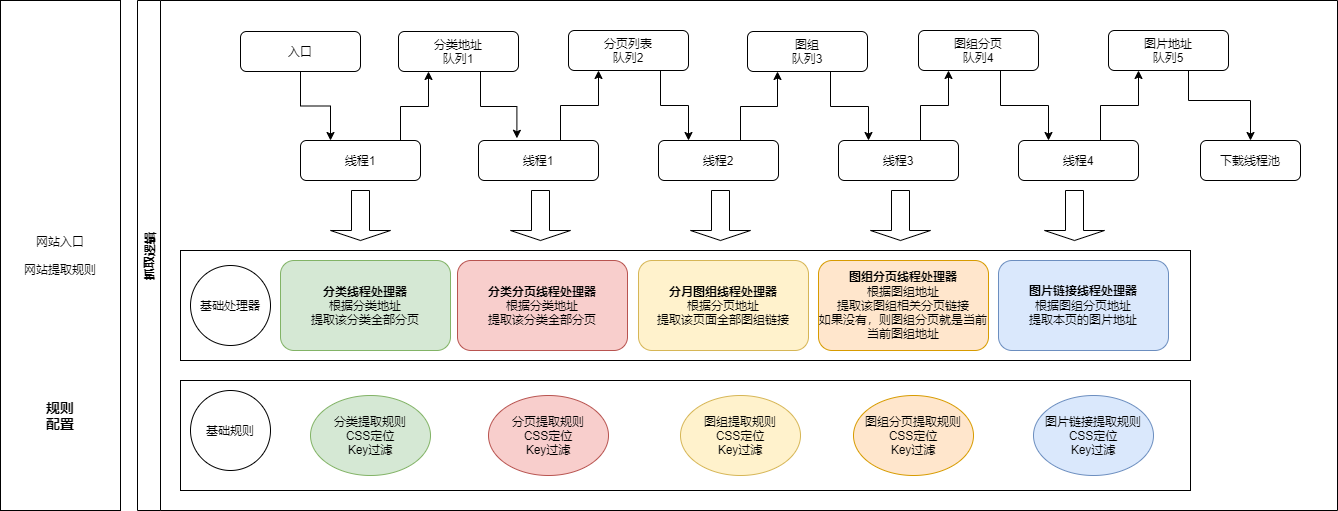
small-rose/springboot-demo keeps this draw.io diagram as spring-boot-spider/docs/sprider.png. Above is the earlier version. Source tidied: cells renumbered, new cells last; positions are measured from the earlier drawing's top-left corner, leaving out a move shared by most shapes. The source it was exported from:
```xml
<mxGraphModel>
  <root>
    <mxCell id="0" />
    <mxCell id="1" parent="0" />
    <mxCell id="2" value="网站入口&lt;br&gt;&lt;br&gt;网站提取规则" style="rounded=0;whiteSpace=wrap;html=1;" parent="1" vertex="1">
      <mxGeometry width="120" height="510" as="geometry" />
    </mxCell>
    <mxCell id="3" style="rounded=0;whiteSpace=wrap;html=1;align=left;" parent="1" vertex="1">
      <mxGeometry x="180" y="250" width="1010" height="110" as="geometry" />
    </mxCell>
    <mxCell id="4" style="edgeStyle=orthogonalEdgeStyle;rounded=0;jettySize=auto;html=1;entryX=0.32;entryY=-0.055;entryDx=0;entryDy=0;entryPerimeter=0;" parent="1" edge="1" source="5" target="9">
      <mxGeometry relative="1" as="geometry">
        <Array as="points">
          <mxPoint x="480" y="106" />
          <mxPoint x="516" y="106" />
        </Array>
      </mxGeometry>
    </mxCell>
    <mxCell id="5" value="分类地址&lt;br&gt;队列1" style="rounded=1;whiteSpace=wrap;html=1;fontSize=12;glass=0;strokeWidth=1;shadow=0;" parent="1" vertex="1">
      <mxGeometry x="398" y="31" width="120" height="40" as="geometry" />
    </mxCell>
    <mxCell id="6" style="edgeStyle=orthogonalEdgeStyle;rounded=0;jettySize=auto;html=1;entryX=0.25;entryY=0;entryDx=0;entryDy=0;" parent="1" edge="1" source="7" target="11">
      <mxGeometry relative="1" as="geometry">
        <Array as="points">
          <mxPoint x="660" y="105" />
          <mxPoint x="688" y="105" />
        </Array>
      </mxGeometry>
    </mxCell>
    <mxCell id="7" value="分页列表&lt;br&gt;队列2" style="rounded=1;whiteSpace=wrap;html=1;fontSize=12;glass=0;strokeWidth=1;shadow=0;" parent="1" vertex="1">
      <mxGeometry x="568" y="30" width="120" height="40" as="geometry" />
    </mxCell>
    <mxCell id="8" style="edgeStyle=orthogonalEdgeStyle;rounded=0;jettySize=auto;html=1;entryX=0.25;entryY=1;entryDx=0;entryDy=0;" parent="1" edge="1" source="9" target="7">
      <mxGeometry relative="1" as="geometry">
        <Array as="points">
          <mxPoint x="560" y="105" />
          <mxPoint x="598" y="105" />
        </Array>
      </mxGeometry>
    </mxCell>
    <mxCell id="9" value="线程1" style="rounded=1;whiteSpace=wrap;html=1;fontSize=12;glass=0;strokeWidth=1;shadow=0;" parent="1" vertex="1">
      <mxGeometry x="478" y="140" width="120" height="40" as="geometry" />
    </mxCell>
    <mxCell id="10" style="edgeStyle=orthogonalEdgeStyle;rounded=0;jettySize=auto;html=1;entryX=0.25;entryY=1;entryDx=0;entryDy=0;" parent="1" edge="1" source="11" target="13">
      <mxGeometry relative="1" as="geometry">
        <Array as="points">
          <mxPoint x="740" y="106" />
          <mxPoint x="777" y="106" />
        </Array>
      </mxGeometry>
    </mxCell>
    <mxCell id="11" value="线程2" style="rounded=1;whiteSpace=wrap;html=1;fontSize=12;glass=0;strokeWidth=1;shadow=0;" parent="1" vertex="1">
      <mxGeometry x="658" y="140" width="120" height="40" as="geometry" />
    </mxCell>
    <mxCell id="12" style="edgeStyle=orthogonalEdgeStyle;rounded=0;jettySize=auto;html=1;entryX=0.25;entryY=0;entryDx=0;entryDy=0;" parent="1" edge="1" source="13" target="17">
      <mxGeometry relative="1" as="geometry">
        <Array as="points">
          <mxPoint x="830" y="106" />
          <mxPoint x="868" y="106" />
        </Array>
      </mxGeometry>
    </mxCell>
    <mxCell id="13" value="图组&lt;br&gt;队列3" style="rounded=1;whiteSpace=wrap;html=1;fontSize=12;glass=0;strokeWidth=1;shadow=0;" parent="1" vertex="1">
      <mxGeometry x="747" y="31" width="120" height="40" as="geometry" />
    </mxCell>
    <mxCell id="14" style="edgeStyle=orthogonalEdgeStyle;rounded=0;jettySize=auto;html=1;entryX=0.25;entryY=0;entryDx=0;entryDy=0;" parent="1" edge="1" source="15" target="21">
      <mxGeometry relative="1" as="geometry">
        <Array as="points">
          <mxPoint x="1000" y="105" />
          <mxPoint x="1048" y="105" />
        </Array>
      </mxGeometry>
    </mxCell>
    <mxCell id="15" value="图组分页&lt;br&gt;队列4" style="rounded=1;whiteSpace=wrap;html=1;fontSize=12;glass=0;strokeWidth=1;shadow=0;" parent="1" vertex="1">
      <mxGeometry x="918" y="30" width="120" height="40" as="geometry" />
    </mxCell>
    <mxCell id="16" style="edgeStyle=orthogonalEdgeStyle;rounded=0;jettySize=auto;html=1;entryX=0.25;entryY=1;entryDx=0;entryDy=0;" parent="1" edge="1" source="17" target="15">
      <mxGeometry relative="1" as="geometry">
        <Array as="points">
          <mxPoint x="920" y="105" />
          <mxPoint x="948" y="105" />
        </Array>
      </mxGeometry>
    </mxCell>
    <mxCell id="17" value="线程3" style="rounded=1;whiteSpace=wrap;html=1;fontSize=12;glass=0;strokeWidth=1;shadow=0;" parent="1" vertex="1">
      <mxGeometry x="838" y="140" width="120" height="40" as="geometry" />
    </mxCell>
    <mxCell id="18" style="edgeStyle=orthogonalEdgeStyle;rounded=0;jettySize=auto;html=1;entryX=0.5;entryY=0;entryDx=0;entryDy=0;" parent="1" edge="1" source="19" target="22">
      <mxGeometry relative="1" as="geometry">
        <Array as="points">
          <mxPoint x="1188" y="100" />
          <mxPoint x="1250" y="100" />
        </Array>
      </mxGeometry>
    </mxCell>
    <mxCell id="19" value="图片地址&lt;br&gt;队列5" style="rounded=1;whiteSpace=wrap;html=1;fontSize=12;glass=0;strokeWidth=1;shadow=0;" parent="1" vertex="1">
      <mxGeometry x="1108" y="30" width="120" height="40" as="geometry" />
    </mxCell>
    <mxCell id="20" style="edgeStyle=orthogonalEdgeStyle;rounded=0;jettySize=auto;html=1;entryX=0.25;entryY=1;entryDx=0;entryDy=0;" parent="1" edge="1" source="21" target="19">
      <mxGeometry relative="1" as="geometry">
        <Array as="points">
          <mxPoint x="1100" y="105" />
          <mxPoint x="1138" y="105" />
        </Array>
      </mxGeometry>
    </mxCell>
    <mxCell id="21" value="线程4" style="rounded=1;whiteSpace=wrap;html=1;fontSize=12;glass=0;strokeWidth=1;shadow=0;" parent="1" vertex="1">
      <mxGeometry x="1018" y="140" width="120" height="40" as="geometry" />
    </mxCell>
    <mxCell id="22" value="下载线程池" style="rounded=1;whiteSpace=wrap;html=1;fontSize=12;glass=0;strokeWidth=1;shadow=0;" parent="1" vertex="1">
      <mxGeometry x="1200" y="140" width="100" height="40" as="geometry" />
    </mxCell>
    <mxCell id="23" value="&lt;b&gt;分类分页线程处理器&lt;br&gt;&lt;/b&gt;根据分类地址&lt;br&gt;提取该分类全部分页" style="rounded=1;whiteSpace=wrap;html=1;fontSize=12;glass=0;strokeWidth=1;shadow=0;fillColor=#f8cecc;strokeColor=#b85450;" parent="1" vertex="1">
      <mxGeometry x="457" y="260" width="170" height="90" as="geometry" />
    </mxCell>
    <mxCell id="24" value="&lt;b&gt;分月图组线程处理器&lt;br&gt;&lt;/b&gt;根据分页地址&lt;br&gt;提取该页面全部图组链接" style="rounded=1;whiteSpace=wrap;html=1;fontSize=12;glass=0;strokeWidth=1;shadow=0;fillColor=#fff2cc;strokeColor=#d6b656;" parent="1" vertex="1">
      <mxGeometry x="638" y="260" width="170" height="90" as="geometry" />
    </mxCell>
    <mxCell id="25" value="&lt;b&gt;&lt;font style=&quot;font-size: 12px&quot; face=&quot;Lucida Console&quot;&gt;图组分页线程处理器&lt;/font&gt;&lt;/b&gt;&lt;br&gt;根据图组地址&lt;br&gt;提取该图组相关分页链接&lt;br&gt;如果没有，则图组分页就是当前当前图组地址" style="rounded=1;whiteSpace=wrap;html=1;fontSize=12;glass=0;strokeWidth=1;shadow=0;fillColor=#ffe6cc;strokeColor=#d79b00;" parent="1" vertex="1">
      <mxGeometry x="818" y="260" width="170" height="90" as="geometry" />
    </mxCell>
    <mxCell id="26" value="&lt;b&gt;&lt;font face=&quot;Lucida Console&quot;&gt;图片链接线程处理器&lt;br&gt;&lt;/font&gt;&lt;/b&gt;根据图组分页地址&lt;br&gt;提取本页的图片地址" style="rounded=1;whiteSpace=wrap;html=1;fontSize=12;glass=0;strokeWidth=1;shadow=0;fillColor=#dae8fc;strokeColor=#6c8ebf;" parent="1" vertex="1">
      <mxGeometry x="998" y="260" width="170" height="90" as="geometry" />
    </mxCell>
    <mxCell id="27" value="&lt;span style=&quot;color: rgba(0 , 0 , 0 , 0) ; font-family: monospace ; font-size: 0px&quot;&gt;%3CmxGraphModel%3E%3Croot%3E%3CmxCell%20id%3D%220%22%2F%3E%3CmxCell%20id%3D%221%22%20parent%3D%220%22%2F%3E%3CmxCell%20id%3D%222%22%20value%3D%22%E5%9F%BA%E7%A1%80%E5%A4%84%E7%90%86%E5%99%A8%22%20style%3D%22ellipse%3BwhiteSpace%3Dwrap%3Bhtml%3D1%3Baspect%3Dfixed%3B%22%20vertex%3D%221%22%20parent%3D%221%22%3E%3CmxGeometry%20x%3D%22-440%22%20y%3D%22285%22%20width%3D%2280%22%20height%3D%2280%22%20as%3D%22geometry%22%2F%3E%3C%2FmxCell%3E%3C%2Froot%3E%3C%2FmxGraphModel%3E&lt;/span&gt;" style="rounded=0;whiteSpace=wrap;html=1;" parent="1" vertex="1">
      <mxGeometry x="180" y="380" width="1010" height="110" as="geometry" />
    </mxCell>
    <mxCell id="28" value="分类提取规则&lt;br&gt;CSS定位&lt;br&gt;Key过滤" style="ellipse;whiteSpace=wrap;html=1;fillColor=#d5e8d4;strokeColor=#82b366;" parent="1" vertex="1">
      <mxGeometry x="310" y="395" width="120" height="80" as="geometry" />
    </mxCell>
    <mxCell id="29" style="edgeStyle=orthogonalEdgeStyle;rounded=0;jettySize=auto;html=1;entryX=0.25;entryY=0;entryDx=0;entryDy=0;" parent="1" edge="1" source="30" target="32">
      <mxGeometry relative="1" as="geometry" />
    </mxCell>
    <mxCell id="30" value="入口" style="rounded=1;whiteSpace=wrap;html=1;fontSize=12;glass=0;strokeWidth=1;shadow=0;" parent="1" vertex="1">
      <mxGeometry x="240" y="31" width="120" height="40" as="geometry" />
    </mxCell>
    <mxCell id="31" style="edgeStyle=orthogonalEdgeStyle;rounded=0;jettySize=auto;html=1;entryX=0.25;entryY=1;entryDx=0;entryDy=0;" parent="1" edge="1" source="32" target="5">
      <mxGeometry relative="1" as="geometry">
        <Array as="points">
          <mxPoint x="400" y="106" />
          <mxPoint x="428" y="106" />
        </Array>
      </mxGeometry>
    </mxCell>
    <mxCell id="32" value="线程1" style="rounded=1;whiteSpace=wrap;html=1;fontSize=12;glass=0;strokeWidth=1;shadow=0;" parent="1" vertex="1">
      <mxGeometry x="300" y="140" width="120" height="40" as="geometry" />
    </mxCell>
    <mxCell id="33" value="&lt;b&gt;分类线程处理器&lt;br&gt;&lt;/b&gt;根据分类地址&lt;br&gt;提取该分类全部分页" style="rounded=1;whiteSpace=wrap;html=1;fontSize=12;glass=0;strokeWidth=1;shadow=0;fillColor=#d5e8d4;strokeColor=#82b366;" parent="1" vertex="1">
      <mxGeometry x="280" y="260" width="170" height="90" as="geometry" />
    </mxCell>
    <mxCell id="34" value="分页提取规则&lt;br&gt;CSS定位&lt;br&gt;Key过滤" style="ellipse;whiteSpace=wrap;html=1;fillColor=#f8cecc;strokeColor=#b85450;" parent="1" vertex="1">
      <mxGeometry x="488" y="395" width="120" height="80" as="geometry" />
    </mxCell>
    <mxCell id="35" value="图组提取规则&lt;br&gt;CSS定位&lt;br&gt;Key过滤" style="ellipse;whiteSpace=wrap;html=1;fillColor=#fff2cc;strokeColor=#d6b656;" parent="1" vertex="1">
      <mxGeometry x="680" y="395" width="120" height="80" as="geometry" />
    </mxCell>
    <mxCell id="36" value="图组分页提取规则&lt;br&gt;CSS定位&lt;br&gt;Key过滤" style="ellipse;whiteSpace=wrap;html=1;fillColor=#ffe6cc;strokeColor=#d79b00;" parent="1" vertex="1">
      <mxGeometry x="853" y="395" width="120" height="80" as="geometry" />
    </mxCell>
    <mxCell id="37" value="图片链接提取规则&lt;br&gt;CSS定位&lt;br&gt;Key过滤" style="ellipse;whiteSpace=wrap;html=1;fillColor=#dae8fc;strokeColor=#6c8ebf;" parent="1" vertex="1">
      <mxGeometry x="1033" y="395" width="120" height="80" as="geometry" />
    </mxCell>
    <mxCell id="38" value="&lt;h3&gt;规则配置&lt;/h3&gt;" style="text;html=1;strokeColor=none;fillColor=none;align=center;verticalAlign=middle;whiteSpace=wrap;rounded=0;" parent="1" vertex="1">
      <mxGeometry x="40" y="405" width="40" height="20" as="geometry" />
    </mxCell>
    <mxCell id="39" value="抓取逻辑" style="swimlane;horizontal=0;" parent="1" vertex="1">
      <mxGeometry x="137" width="1200" height="510" as="geometry" />
    </mxCell>
    <mxCell id="40" value="基础规则" style="ellipse;whiteSpace=wrap;html=1;" parent="39" vertex="1">
      <mxGeometry x="53" y="390" width="80" height="80" as="geometry" />
    </mxCell>
    <mxCell id="41" style="shape=singleArrow;direction=south;whiteSpace=wrap;html=1;" parent="39" vertex="1">
      <mxGeometry x="193" y="190" width="60" height="50" as="geometry" />
    </mxCell>
    <mxCell id="42" style="shape=singleArrow;direction=south;whiteSpace=wrap;html=1;" parent="39" vertex="1">
      <mxGeometry x="373" y="190" width="60" height="50" as="geometry" />
    </mxCell>
    <mxCell id="43" style="shape=singleArrow;direction=south;whiteSpace=wrap;html=1;" parent="39" vertex="1">
      <mxGeometry x="553" y="190" width="60" height="50" as="geometry" />
    </mxCell>
    <mxCell id="44" style="shape=singleArrow;direction=south;whiteSpace=wrap;html=1;" parent="39" vertex="1">
      <mxGeometry x="733" y="190" width="60" height="50" as="geometry" />
    </mxCell>
    <mxCell id="45" style="shape=singleArrow;direction=south;whiteSpace=wrap;html=1;" parent="39" vertex="1">
      <mxGeometry x="907" y="190" width="60" height="50" as="geometry" />
    </mxCell>
    <mxCell id="46" value="基础处理器" style="ellipse;whiteSpace=wrap;html=1;" parent="1" vertex="1">
      <mxGeometry x="190" y="265" width="80" height="80" as="geometry" />
    </mxCell>
  </root>
</mxGraphModel>
```
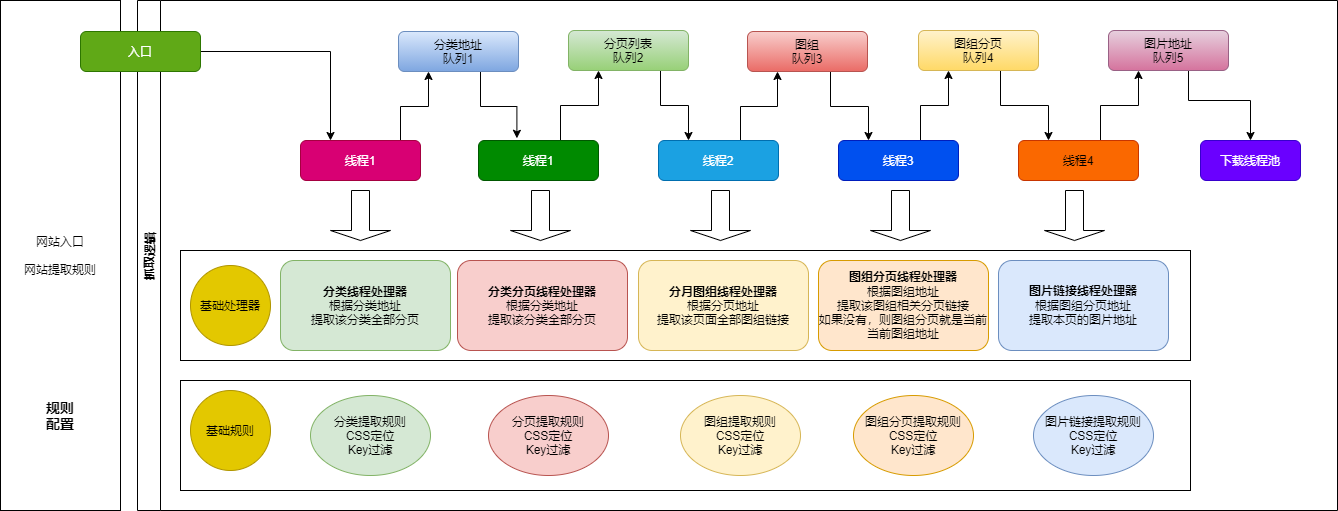
Above is the later version.

Change to the diagram source:
```diff
@@ -16,7 +16,7 @@
         </Array>
       </mxGeometry>
     </mxCell>
-    <mxCell id="5" value="分类地址&lt;br&gt;队列1" style="rounded=1;whiteSpace=wrap;html=1;fontSize=12;glass=0;strokeWidth=1;shadow=0;" parent="1" vertex="1">
+    <mxCell id="5" value="分类地址&lt;br&gt;队列1" style="rounded=1;whiteSpace=wrap;html=1;fontSize=12;glass=0;strokeWidth=1;shadow=0;fillColor=#dae8fc;strokeColor=#6c8ebf;gradientColor=#7ea6e0;" parent="1" vertex="1">
       <mxGeometry x="398" y="31" width="120" height="40" as="geometry" />
     </mxCell>
     <mxCell id="6" style="edgeStyle=orthogonalEdgeStyle;rounded=0;jettySize=auto;html=1;entryX=0.25;entryY=0;entryDx=0;entryDy=0;" parent="1" edge="1" source="7" target="11">
@@ -27,7 +27,7 @@
         </Array>
       </mxGeometry>
     </mxCell>
-    <mxCell id="7" value="分页列表&lt;br&gt;队列2" style="rounded=1;whiteSpace=wrap;html=1;fontSize=12;glass=0;strokeWidth=1;shadow=0;" parent="1" vertex="1">
+    <mxCell id="7" value="分页列表&lt;br&gt;队列2" style="rounded=1;whiteSpace=wrap;html=1;fontSize=12;glass=0;strokeWidth=1;shadow=0;fillColor=#d5e8d4;strokeColor=#82b366;gradientColor=#97d077;" parent="1" vertex="1">
       <mxGeometry x="568" y="30" width="120" height="40" as="geometry" />
     </mxCell>
     <mxCell id="8" style="edgeStyle=orthogonalEdgeStyle;rounded=0;jettySize=auto;html=1;entryX=0.25;entryY=1;entryDx=0;entryDy=0;" parent="1" edge="1" source="9" target="7">
@@ -38,7 +38,7 @@
         </Array>
       </mxGeometry>
     </mxCell>
-    <mxCell id="9" value="线程1" style="rounded=1;whiteSpace=wrap;html=1;fontSize=12;glass=0;strokeWidth=1;shadow=0;" parent="1" vertex="1">
+    <mxCell id="9" value="线程1" style="rounded=1;whiteSpace=wrap;html=1;fontSize=12;glass=0;strokeWidth=1;shadow=0;fillColor=#008a00;strokeColor=#005700;fontColor=#ffffff;" parent="1" vertex="1">
       <mxGeometry x="478" y="140" width="120" height="40" as="geometry" />
     </mxCell>
     <mxCell id="10" style="edgeStyle=orthogonalEdgeStyle;rounded=0;jettySize=auto;html=1;entryX=0.25;entryY=1;entryDx=0;entryDy=0;" parent="1" edge="1" source="11" target="13">
@@ -49,7 +49,7 @@
         </Array>
       </mxGeometry>
     </mxCell>
-    <mxCell id="11" value="线程2" style="rounded=1;whiteSpace=wrap;html=1;fontSize=12;glass=0;strokeWidth=1;shadow=0;" parent="1" vertex="1">
+    <mxCell id="11" value="线程2" style="rounded=1;whiteSpace=wrap;html=1;fontSize=12;glass=0;strokeWidth=1;shadow=0;fillColor=#1ba1e2;strokeColor=#006EAF;fontColor=#ffffff;" parent="1" vertex="1">
       <mxGeometry x="658" y="140" width="120" height="40" as="geometry" />
     </mxCell>
     <mxCell id="12" style="edgeStyle=orthogonalEdgeStyle;rounded=0;jettySize=auto;html=1;entryX=0.25;entryY=0;entryDx=0;entryDy=0;" parent="1" edge="1" source="13" target="17">
@@ -60,7 +60,7 @@
         </Array>
       </mxGeometry>
     </mxCell>
-    <mxCell id="13" value="图组&lt;br&gt;队列3" style="rounded=1;whiteSpace=wrap;html=1;fontSize=12;glass=0;strokeWidth=1;shadow=0;" parent="1" vertex="1">
+    <mxCell id="13" value="图组&lt;br&gt;队列3" style="rounded=1;whiteSpace=wrap;html=1;fontSize=12;glass=0;strokeWidth=1;shadow=0;fillColor=#f8cecc;strokeColor=#b85450;gradientColor=#ea6b66;" parent="1" vertex="1">
       <mxGeometry x="747" y="31" width="120" height="40" as="geometry" />
     </mxCell>
     <mxCell id="14" style="edgeStyle=orthogonalEdgeStyle;rounded=0;jettySize=auto;html=1;entryX=0.25;entryY=0;entryDx=0;entryDy=0;" parent="1" edge="1" source="15" target="21">
@@ -71,7 +71,7 @@
         </Array>
       </mxGeometry>
     </mxCell>
-    <mxCell id="15" value="图组分页&lt;br&gt;队列4" style="rounded=1;whiteSpace=wrap;html=1;fontSize=12;glass=0;strokeWidth=1;shadow=0;" parent="1" vertex="1">
+    <mxCell id="15" value="图组分页&lt;br&gt;队列4" style="rounded=1;whiteSpace=wrap;html=1;fontSize=12;glass=0;strokeWidth=1;shadow=0;fillColor=#fff2cc;strokeColor=#d6b656;gradientColor=#ffd966;" parent="1" vertex="1">
       <mxGeometry x="918" y="30" width="120" height="40" as="geometry" />
     </mxCell>
     <mxCell id="16" style="edgeStyle=orthogonalEdgeStyle;rounded=0;jettySize=auto;html=1;entryX=0.25;entryY=1;entryDx=0;entryDy=0;" parent="1" edge="1" source="17" target="15">
@@ -82,7 +82,7 @@
         </Array>
       </mxGeometry>
     </mxCell>
-    <mxCell id="17" value="线程3" style="rounded=1;whiteSpace=wrap;html=1;fontSize=12;glass=0;strokeWidth=1;shadow=0;" parent="1" vertex="1">
+    <mxCell id="17" value="线程3" style="rounded=1;whiteSpace=wrap;html=1;fontSize=12;glass=0;strokeWidth=1;shadow=0;fillColor=#0050ef;strokeColor=#001DBC;fontColor=#ffffff;" parent="1" vertex="1">
       <mxGeometry x="838" y="140" width="120" height="40" as="geometry" />
     </mxCell>
     <mxCell id="18" style="edgeStyle=orthogonalEdgeStyle;rounded=0;jettySize=auto;html=1;entryX=0.5;entryY=0;entryDx=0;entryDy=0;" parent="1" edge="1" source="19" target="22">
@@ -93,7 +93,7 @@
         </Array>
       </mxGeometry>
     </mxCell>
-    <mxCell id="19" value="图片地址&lt;br&gt;队列5" style="rounded=1;whiteSpace=wrap;html=1;fontSize=12;glass=0;strokeWidth=1;shadow=0;" parent="1" vertex="1">
+    <mxCell id="19" value="图片地址&lt;br&gt;队列5" style="rounded=1;whiteSpace=wrap;html=1;fontSize=12;glass=0;strokeWidth=1;shadow=0;fillColor=#e6d0de;strokeColor=#996185;gradientColor=#d5739d;" parent="1" vertex="1">
       <mxGeometry x="1108" y="30" width="120" height="40" as="geometry" />
     </mxCell>
     <mxCell id="20" style="edgeStyle=orthogonalEdgeStyle;rounded=0;jettySize=auto;html=1;entryX=0.25;entryY=1;entryDx=0;entryDy=0;" parent="1" edge="1" source="21" target="19">
@@ -104,10 +104,10 @@
         </Array>
       </mxGeometry>
     </mxCell>
-    <mxCell id="21" value="线程4" style="rounded=1;whiteSpace=wrap;html=1;fontSize=12;glass=0;strokeWidth=1;shadow=0;" parent="1" vertex="1">
+    <mxCell id="21" value="线程4" style="rounded=1;whiteSpace=wrap;html=1;fontSize=12;glass=0;strokeWidth=1;shadow=0;fillColor=#fa6800;strokeColor=#C73500;fontColor=#000000;" parent="1" vertex="1">
       <mxGeometry x="1018" y="140" width="120" height="40" as="geometry" />
     </mxCell>
-    <mxCell id="22" value="下载线程池" style="rounded=1;whiteSpace=wrap;html=1;fontSize=12;glass=0;strokeWidth=1;shadow=0;" parent="1" vertex="1">
+    <mxCell id="22" value="下载线程池" style="rounded=1;whiteSpace=wrap;html=1;fontSize=12;glass=0;strokeWidth=1;shadow=0;fillColor=#6a00ff;strokeColor=#3700CC;fontColor=#ffffff;" parent="1" vertex="1">
       <mxGeometry x="1200" y="140" width="100" height="40" as="geometry" />
     </mxCell>
     <mxCell id="23" value="&lt;b&gt;分类分页线程处理器&lt;br&gt;&lt;/b&gt;根据分类地址&lt;br&gt;提取该分类全部分页" style="rounded=1;whiteSpace=wrap;html=1;fontSize=12;glass=0;strokeWidth=1;shadow=0;fillColor=#f8cecc;strokeColor=#b85450;" parent="1" vertex="1">
@@ -131,9 +131,6 @@
     <mxCell id="29" style="edgeStyle=orthogonalEdgeStyle;rounded=0;jettySize=auto;html=1;entryX=0.25;entryY=0;entryDx=0;entryDy=0;" parent="1" edge="1" source="30" target="32">
       <mxGeometry relative="1" as="geometry" />
     </mxCell>
-    <mxCell id="30" value="入口" style="rounded=1;whiteSpace=wrap;html=1;fontSize=12;glass=0;strokeWidth=1;shadow=0;" parent="1" vertex="1">
-      <mxGeometry x="240" y="31" width="120" height="40" as="geometry" />
-    </mxCell>
     <mxCell id="31" style="edgeStyle=orthogonalEdgeStyle;rounded=0;jettySize=auto;html=1;entryX=0.25;entryY=1;entryDx=0;entryDy=0;" parent="1" edge="1" source="32" target="5">
       <mxGeometry relative="1" as="geometry">
         <Array as="points">
@@ -142,7 +139,7 @@
         </Array>
       </mxGeometry>
     </mxCell>
-    <mxCell id="32" value="线程1" style="rounded=1;whiteSpace=wrap;html=1;fontSize=12;glass=0;strokeWidth=1;shadow=0;" parent="1" vertex="1">
+    <mxCell id="32" value="线程1" style="rounded=1;whiteSpace=wrap;html=1;fontSize=12;glass=0;strokeWidth=1;shadow=0;fillColor=#d80073;strokeColor=#A50040;fontColor=#ffffff;" parent="1" vertex="1">
       <mxGeometry x="300" y="140" width="120" height="40" as="geometry" />
     </mxCell>
     <mxCell id="33" value="&lt;b&gt;分类线程处理器&lt;br&gt;&lt;/b&gt;根据分类地址&lt;br&gt;提取该分类全部分页" style="rounded=1;whiteSpace=wrap;html=1;fontSize=12;glass=0;strokeWidth=1;shadow=0;fillColor=#d5e8d4;strokeColor=#82b366;" parent="1" vertex="1">
@@ -166,7 +163,7 @@
     <mxCell id="39" value="抓取逻辑" style="swimlane;horizontal=0;" parent="1" vertex="1">
       <mxGeometry x="137" width="1200" height="510" as="geometry" />
     </mxCell>
-    <mxCell id="40" value="基础规则" style="ellipse;whiteSpace=wrap;html=1;" parent="39" vertex="1">
+    <mxCell id="40" value="基础规则" style="ellipse;whiteSpace=wrap;html=1;fillColor=#e3c800;strokeColor=#B09500;fontColor=#000000;" parent="39" vertex="1">
       <mxGeometry x="53" y="390" width="80" height="80" as="geometry" />
     </mxCell>
     <mxCell id="41" style="shape=singleArrow;direction=south;whiteSpace=wrap;html=1;" parent="39" vertex="1">
@@ -184,7 +181,10 @@
     <mxCell id="45" style="shape=singleArrow;direction=south;whiteSpace=wrap;html=1;" parent="39" vertex="1">
       <mxGeometry x="907" y="190" width="60" height="50" as="geometry" />
     </mxCell>
+    <mxCell id="30" value="入口" style="rounded=1;whiteSpace=wrap;html=1;fontSize=12;glass=0;strokeWidth=1;shadow=0;fillColor=#60a917;strokeColor=#2D7600;fontColor=#ffffff;" parent="39" vertex="1">
+      <mxGeometry x="-57" y="31" width="120" height="40" as="geometry" />
+    </mxCell>
-    <mxCell id="46" value="基础处理器" style="ellipse;whiteSpace=wrap;html=1;" parent="1" vertex="1">
+    <mxCell id="46" value="基础处理器" style="ellipse;whiteSpace=wrap;html=1;fillColor=#e3c800;strokeColor=#B09500;fontColor=#000000;" parent="1" vertex="1">
       <mxGeometry x="190" y="265" width="80" height="80" as="geometry" />
     </mxCell>
   </root>
```
